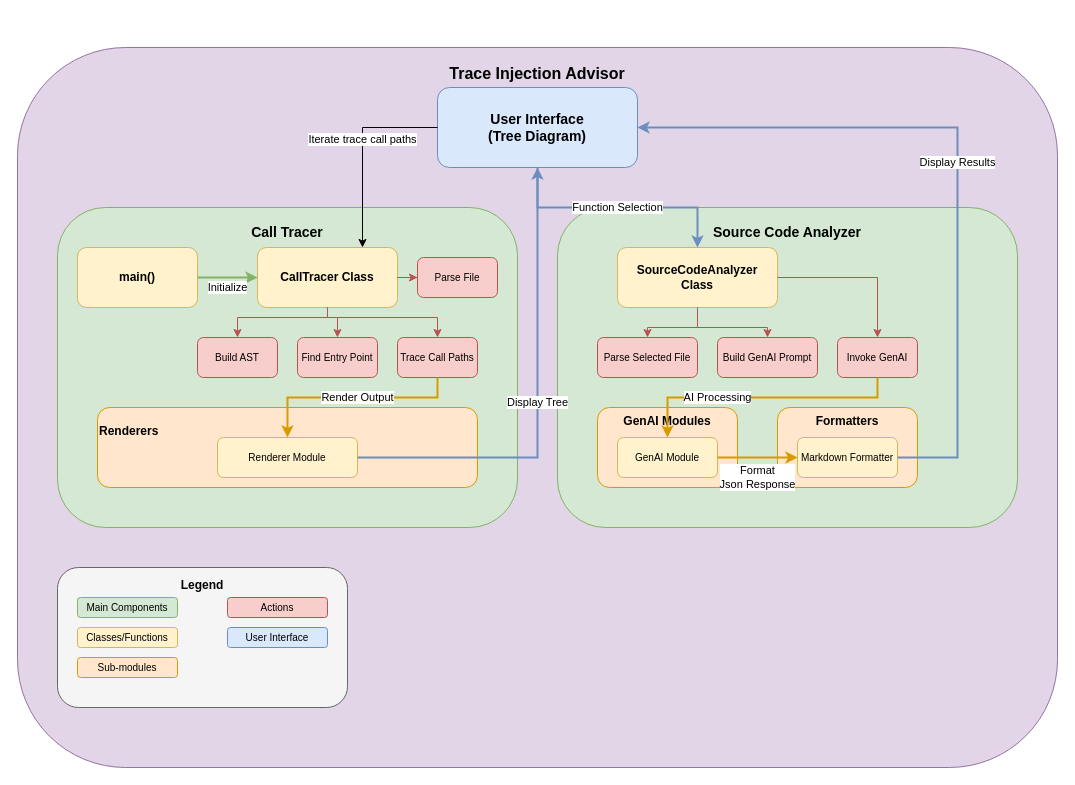
Before: doc/diagrams/trace_injection_advisor_architecture.drawio in VerticalRelevance/distributed-tracing, a draw.io diagram. Source tidied: cells renumbered, new cells numbered last; positions are measured from the earlier drawing's top-left corner, leaving out a move shared by most shapes. Both pictures are drawn from the tidied source at 100%, with x=0, y=0 at pixel (17, 47).
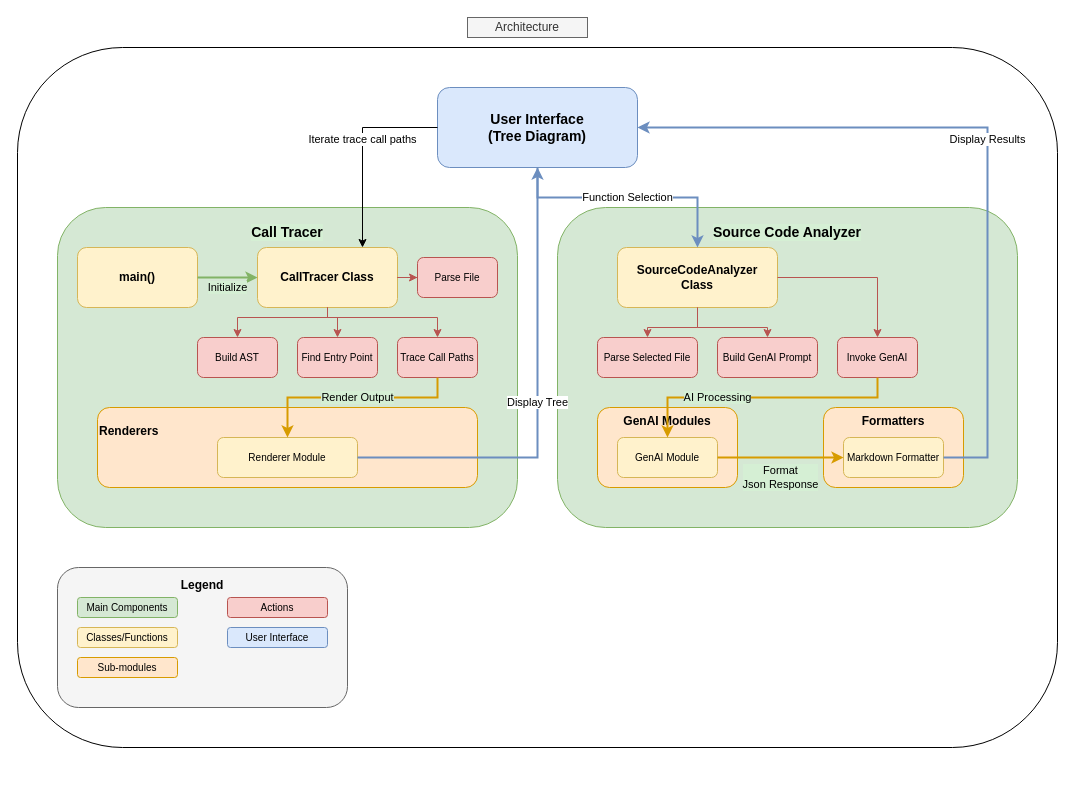
The same diagram, later.

Commit message (it also covers changes not shown here):
Solution spotlight archtecture diagram update

Unchanged cells that the change refers to:
```xml
<mxCell id="3" value="User Interface&#10;(Tree Diagram)" style="rounded=1;whiteSpace=wrap;html=1;fillColor=#dae8fc;strokeColor=#6c8ebf;fontSize=14;fontStyle=1;" parent="1" vertex="1">
  <mxGeometry x="420" y="40" width="200" height="80" as="geometry" />
</mxCell>
<mxCell id="7" value="main()" style="rounded=1;whiteSpace=wrap;html=1;fillColor=#fff2cc;strokeColor=#d6b656;fontSize=12;fontStyle=1;" parent="1" vertex="1">
  <mxGeometry x="60" y="200" width="120" height="60" as="geometry" />
</mxCell>
<mxCell id="8" value="CallTracer Class" style="rounded=1;whiteSpace=wrap;html=1;fillColor=#fff2cc;strokeColor=#d6b656;fontSize=12;fontStyle=1;" parent="1" vertex="1">
  <mxGeometry x="240" y="200" width="140" height="60" as="geometry" />
</mxCell>
<mxCell id="12" value="Trace Call Paths" style="rounded=1;whiteSpace=wrap;html=1;fillColor=#f8cecc;strokeColor=#b85450;fontSize=10;" parent="1" vertex="1">
  <mxGeometry x="380" y="290" width="80" height="40" as="geometry" />
</mxCell>
<mxCell id="14" value="Renderer Module" style="rounded=1;whiteSpace=wrap;html=1;fillColor=#fff2cc;strokeColor=#d6b656;fontSize=10;" parent="1" vertex="1">
  <mxGeometry x="200" y="390" width="140" height="40" as="geometry" />
</mxCell>
<mxCell id="16" value="SourceCodeAnalyzer&lt;div&gt;Class&lt;/div&gt;" style="rounded=1;whiteSpace=wrap;html=1;fillColor=#fff2cc;strokeColor=#d6b656;fontSize=12;fontStyle=1;" parent="1" vertex="1">
  <mxGeometry x="600" y="200" width="160" height="60" as="geometry" />
</mxCell>
<mxCell id="19" value="Invoke GenAI" style="rounded=1;whiteSpace=wrap;html=1;fillColor=#f8cecc;strokeColor=#b85450;fontSize=10;" parent="1" vertex="1">
  <mxGeometry x="820" y="290" width="80" height="40" as="geometry" />
</mxCell>
<mxCell id="21" value="GenAI Module" style="rounded=1;whiteSpace=wrap;html=1;fillColor=#fff2cc;strokeColor=#d6b656;fontSize=10;" parent="1" vertex="1">
  <mxGeometry x="600" y="390" width="100" height="40" as="geometry" />
</mxCell>
```

The edit, as a diff of the source:
```diff
@@
-    <mxCell id="2" value="Trace Injection Advisor" style="rounded=1;whiteSpace=wrap;html=1;fillColor=#e1d5e7;strokeColor=#9673a6;fontSize=16;fontStyle=1;verticalAlign=top;spacingTop=10;" parent="1" vertex="1">
-      <mxGeometry width="1040" height="720" as="geometry" />
+    <mxCell id="2" style="rounded=1;whiteSpace=wrap;html=1;fontSize=16;fontStyle=1;verticalAlign=top;spacingTop=10;labelBackgroundColor=light-dark(#faf9f9, #ededed);" parent="1" vertex="1">
+      <mxGeometry width="1040" height="700" as="geometry" />
     </mxCell>
@@
-    <mxCell id="4" value="Call Tracer" style="rounded=1;whiteSpace=wrap;html=1;fillColor=#d5e8d4;strokeColor=#82b366;fontSize=14;fontStyle=1;verticalAlign=top;spacingTop=10;" parent="1" vertex="1">
+    <mxCell id="4" value="Call Tracer" style="rounded=1;whiteSpace=wrap;html=1;fillColor=#d5e8d4;strokeColor=#82b366;fontSize=14;fontStyle=1;verticalAlign=top;spacingTop=10;labelBackgroundColor=light-dark(#d5efd4, #ededed);" parent="1" vertex="1">
       <mxGeometry x="40" y="160" width="460" height="320" as="geometry" />
     </mxCell>
@@
-    <mxCell id="15" value="Source Code Analyzer" style="rounded=1;whiteSpace=wrap;html=1;fillColor=#d5e8d4;strokeColor=#82b366;fontSize=14;fontStyle=1;verticalAlign=top;spacingTop=10;" parent="1" vertex="1">
+    <mxCell id="15" value="Source Code Analyzer" style="rounded=1;whiteSpace=wrap;html=1;fillColor=#d5e8d4;strokeColor=#82b366;fontSize=14;fontStyle=1;verticalAlign=top;spacingTop=10;labelBackgroundColor=light-dark(#d5efd4, #ededed);" parent="1" vertex="1">
       <mxGeometry x="540" y="160" width="460" height="320" as="geometry" />
     </mxCell>
@@
     <mxCell id="22" value="Formatters" style="rounded=1;whiteSpace=wrap;html=1;fillColor=#ffe6cc;strokeColor=#d79b00;fontSize=12;fontStyle=1;verticalAlign=top;spacingTop=0;" parent="1" vertex="1">
-      <mxGeometry x="760" y="360" width="140" height="80" as="geometry" />
+      <mxGeometry x="806" y="360" width="140" height="80" as="geometry" />
     </mxCell>
     <mxCell id="23" value="Markdown Formatter" style="rounded=1;whiteSpace=wrap;html=1;fillColor=#fff2cc;strokeColor=#d6b656;fontSize=10;" parent="1" vertex="1">
-      <mxGeometry x="780" y="390" width="100" height="40" as="geometry" />
+      <mxGeometry x="826" y="390" width="100" height="40" as="geometry" />
     </mxCell>
-    <mxCell id="24" value="Initialize" style="edgeStyle=orthogonalEdgeStyle;rounded=0;jettySize=auto;html=1;strokeColor=#82b366;strokeWidth=2;" parent="1" edge="1" source="7" target="8">
+    <mxCell id="24" value="Initialize" style="edgeStyle=orthogonalEdgeStyle;rounded=0;jettySize=auto;html=1;strokeColor=#82b366;strokeWidth=2;fillColor=#d5e8d4;labelBackgroundColor=light-dark(#d5efd4, #ededed);" parent="1" edge="1" source="7" target="8">
       <mxGeometry y="-10" relative="1" as="geometry" />
     </mxCell>
@@
-    <mxCell id="29" value="Render Output" style="edgeStyle=orthogonalEdgeStyle;rounded=0;jettySize=auto;html=1;strokeColor=#d79b00;strokeWidth=2;" parent="1" edge="1" source="12" target="14">
+    <mxCell id="29" value="Render Output" style="edgeStyle=orthogonalEdgeStyle;rounded=0;jettySize=auto;html=1;strokeColor=#d79b00;strokeWidth=2;labelBackgroundColor=light-dark(#d5efd4, #ededed);labelBorderColor=none;" parent="1" edge="1" source="12" target="14">
       <mxGeometry x="-0.05" relative="1" as="geometry">
         <Array as="points">
           <mxPoint x="420" y="350" />
           <mxPoint x="270" y="350" />
         </Array>
       </mxGeometry>
     </mxCell>
@@
     <mxCell id="31" value="Function Selection" style="edgeStyle=orthogonalEdgeStyle;rounded=0;jettySize=auto;html=1;strokeColor=#6c8ebf;strokeWidth=2;" parent="1" edge="1" source="3" target="16">
-      <mxGeometry relative="1" as="geometry" />
+      <mxGeometry relative="1" as="geometry">
+        <Array as="points">
+          <mxPoint x="520" y="150" />
+          <mxPoint x="680" y="150" />
+        </Array>
+      </mxGeometry>
     </mxCell>
@@
-    <mxCell id="35" value="AI Processing" style="edgeStyle=orthogonalEdgeStyle;rounded=0;jettySize=auto;html=1;strokeColor=#d79b00;strokeWidth=2;" parent="1" edge="1" source="19" target="21">
+    <mxCell id="35" value="AI Processing" style="edgeStyle=orthogonalEdgeStyle;rounded=0;jettySize=auto;html=1;strokeColor=#d79b00;strokeWidth=2;labelBackgroundColor=light-dark(#d5efd4, #ededed);" parent="1" edge="1" source="19" target="21">
       <mxGeometry x="0.33" relative="1" as="geometry">
         <Array as="points">
           <mxPoint x="860" y="350" />
           <mxPoint x="650" y="350" />
         </Array>
       </mxGeometry>
     </mxCell>
-    <mxCell id="36" value="Format&lt;div&gt;Json Response&lt;/div&gt;" style="edgeStyle=orthogonalEdgeStyle;rounded=0;jettySize=auto;html=1;strokeColor=#d79b00;strokeWidth=2;" parent="1" edge="1" source="21" target="23">
+    <mxCell id="36" value="Format&lt;div&gt;Json Response&lt;/div&gt;" style="edgeStyle=orthogonalEdgeStyle;rounded=0;jettySize=auto;html=1;strokeColor=#d79b00;strokeWidth=2;labelBackgroundColor=light-dark(#d5efd4, #ededed);" parent="1" edge="1" source="21" target="23">
       <mxGeometry y="-20" relative="1" as="geometry" />
     </mxCell>
     <mxCell id="37" value="Display Results" style="edgeStyle=orthogonalEdgeStyle;rounded=0;jettySize=auto;html=1;strokeColor=#6c8ebf;strokeWidth=2;" parent="1" edge="1" source="23" target="3">
       <mxGeometry relative="1" as="geometry">
         <Array as="points">
-          <mxPoint x="940" y="410" />
-          <mxPoint x="940" y="80" />
+          <mxPoint x="970" y="410" />
+          <mxPoint x="970" y="80" />
         </Array>
       </mxGeometry>
     </mxCell>
@@
+    <mxCell id="44" value="Architecture" style="rounded=0;whiteSpace=wrap;html=1;fillColor=#f5f5f5;fontColor=#333333;strokeColor=#666666;" parent="1" vertex="1">
+      <mxGeometry x="450" y="-30" width="120" height="20" as="geometry" />
+    </mxCell>
```
